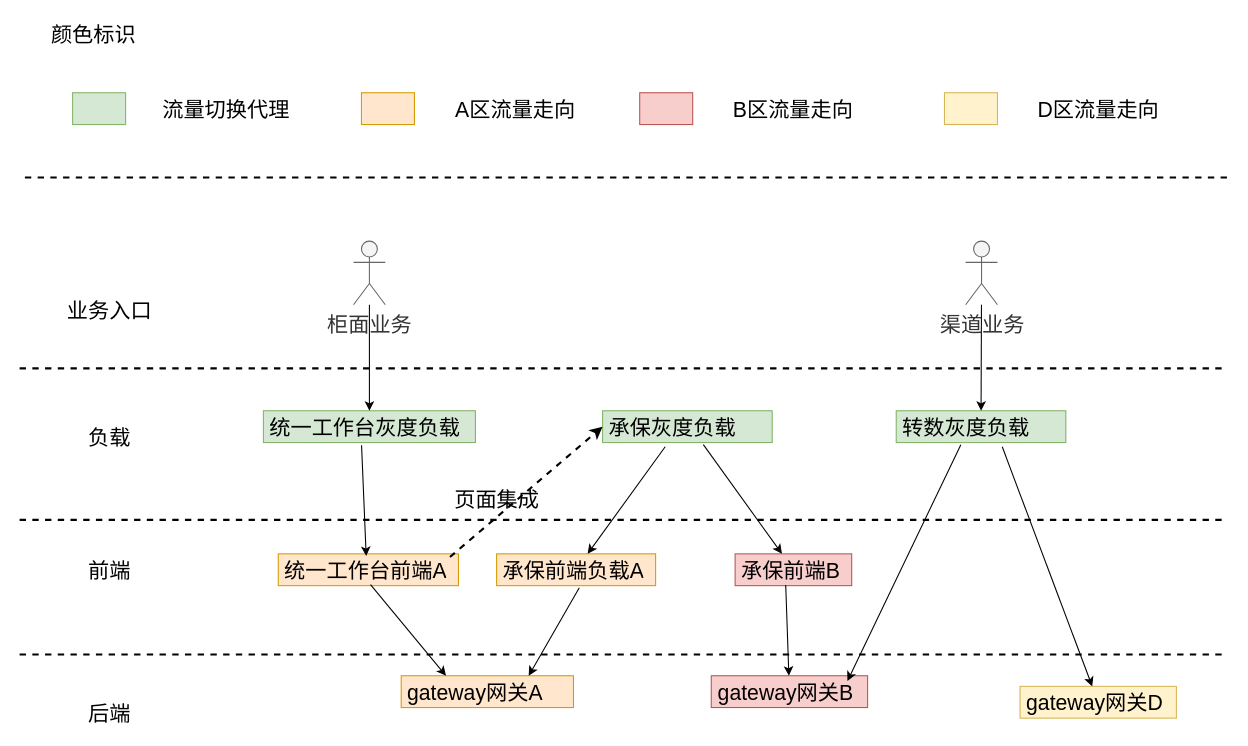
java-zengguang/images keeps this draw.io diagram as page "第 1 页" (1 of 5) of 网关代理架构图.drawio. Above is the earlier version. Source tidied: cells renumbered, new cells numbered last; positions are measured from the earlier drawing's top-left corner, leaving out a move shared by most shapes. Both pictures are drawn from the tidied source at 106%, with x=0, y=0 at pixel (19, 18).
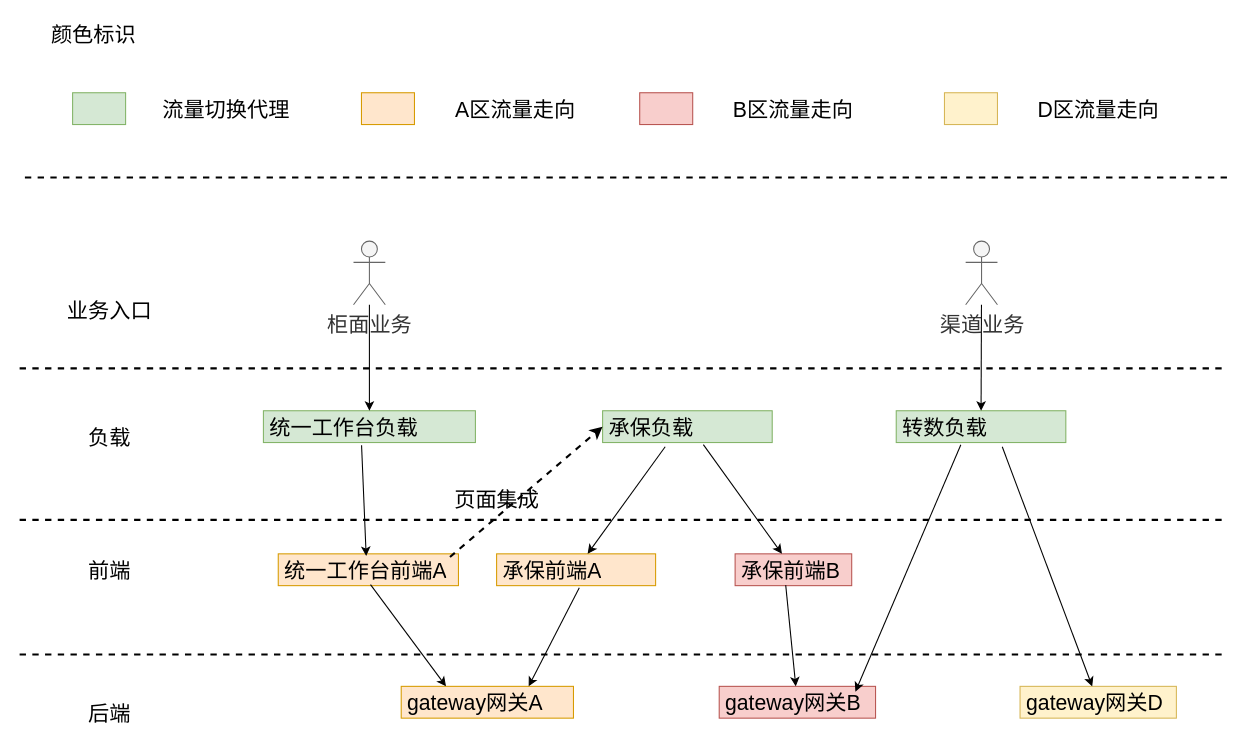
The same page after the edit.

Commit message:
更新网关代理架构图.drawio

Change to the diagram source:
```diff
@@
-    <mxCell id="2" value="&lt;font style=&quot;font-size: 20px;&quot;&gt;统一工作台灰度负载&lt;/font&gt;" style="text;strokeColor=#82b366;fillColor=#d5e8d4;align=left;verticalAlign=middle;spacingLeft=4;spacingRight=4;overflow=hidden;points=[[0,0.5],[1,0.5]];portConstraint=eastwest;whiteSpace=wrap;html=1;" parent="1" vertex="1">
+    <mxCell id="2" value="&lt;font style=&quot;font-size: 20px;&quot;&gt;统一工作台负载&lt;/font&gt;" style="text;strokeColor=#82b366;fillColor=#d5e8d4;align=left;verticalAlign=middle;spacingLeft=4;spacingRight=4;overflow=hidden;points=[[0,0.5],[1,0.5]];portConstraint=eastwest;whiteSpace=wrap;html=1;" parent="1" vertex="1">
       <mxGeometry x="230" y="370" width="200" height="30" as="geometry" />
     </mxCell>
@@
-    <mxCell id="5" value="&lt;font style=&quot;font-size: 20px;&quot;&gt;承保灰度负载&lt;/font&gt;" style="text;strokeColor=#82b366;fillColor=#d5e8d4;align=left;verticalAlign=middle;spacingLeft=4;spacingRight=4;overflow=hidden;points=[[0,0.5],[1,0.5]];portConstraint=eastwest;whiteSpace=wrap;html=1;" parent="1" vertex="1">
+    <mxCell id="5" value="&lt;font style=&quot;font-size: 20px;&quot;&gt;承保负载&lt;/font&gt;" style="text;strokeColor=#82b366;fillColor=#d5e8d4;align=left;verticalAlign=middle;spacingLeft=4;spacingRight=4;overflow=hidden;points=[[0,0.5],[1,0.5]];portConstraint=eastwest;whiteSpace=wrap;html=1;" parent="1" vertex="1">
       <mxGeometry x="550" y="370" width="160" height="30" as="geometry" />
     </mxCell>
-    <mxCell id="6" value="&lt;font style=&quot;font-size: 20px;&quot;&gt;承保前端负载A&lt;/font&gt;" style="text;strokeColor=#d79b00;fillColor=#ffe6cc;align=left;verticalAlign=middle;spacingLeft=4;spacingRight=4;overflow=hidden;points=[[0,0.5],[1,0.5]];portConstraint=eastwest;whiteSpace=wrap;html=1;" parent="1" vertex="1">
+    <mxCell id="6" value="&lt;font style=&quot;font-size: 20px;&quot;&gt;承保前端A&lt;/font&gt;" style="text;strokeColor=#d79b00;fillColor=#ffe6cc;align=left;verticalAlign=middle;spacingLeft=4;spacingRight=4;overflow=hidden;points=[[0,0.5],[1,0.5]];portConstraint=eastwest;whiteSpace=wrap;html=1;" parent="1" vertex="1">
       <mxGeometry x="450" y="505" width="150" height="30" as="geometry" />
     </mxCell>
@@
     <mxCell id="8" value="&lt;font style=&quot;font-size: 20px;&quot;&gt;gateway网关A&lt;/font&gt;" style="text;strokeColor=#d79b00;fillColor=#ffe6cc;align=left;verticalAlign=middle;spacingLeft=4;spacingRight=4;overflow=hidden;points=[[0,0.5],[1,0.5]];portConstraint=eastwest;whiteSpace=wrap;html=1;" parent="1" vertex="1">
-      <mxGeometry x="360" y="620" width="162.5" height="30" as="geometry" />
+      <mxGeometry x="360" y="630" width="162.5" height="30" as="geometry" />
     </mxCell>
     <mxCell id="9" value="&lt;font style=&quot;font-size: 20px;&quot;&gt;gateway网关B&lt;/font&gt;" style="text;strokeColor=#b85450;fillColor=#f8cecc;align=left;verticalAlign=middle;spacingLeft=4;spacingRight=4;overflow=hidden;points=[[0,0.5],[1,0.5]];portConstraint=eastwest;whiteSpace=wrap;html=1;" parent="1" vertex="1">
-      <mxGeometry x="652.5" y="620" width="147.5" height="30" as="geometry" />
+      <mxGeometry x="660" y="630" width="147.5" height="30" as="geometry" />
     </mxCell>
@@
-    <mxCell id="21" value="&lt;span style=&quot;font-size: 20px;&quot;&gt;转数灰度负载&lt;/span&gt;" style="text;strokeColor=#82b366;fillColor=#d5e8d4;align=left;verticalAlign=middle;spacingLeft=4;spacingRight=4;overflow=hidden;points=[[0,0.5],[1,0.5]];portConstraint=eastwest;whiteSpace=wrap;html=1;" parent="1" vertex="1">
+    <mxCell id="21" value="&lt;span style=&quot;font-size: 20px;&quot;&gt;转数负载&lt;/span&gt;" style="text;strokeColor=#82b366;fillColor=#d5e8d4;align=left;verticalAlign=middle;spacingLeft=4;spacingRight=4;overflow=hidden;points=[[0,0.5],[1,0.5]];portConstraint=eastwest;whiteSpace=wrap;html=1;" parent="1" vertex="1">
       <mxGeometry x="827" y="370" width="160" height="30" as="geometry" />
     </mxCell>
```
